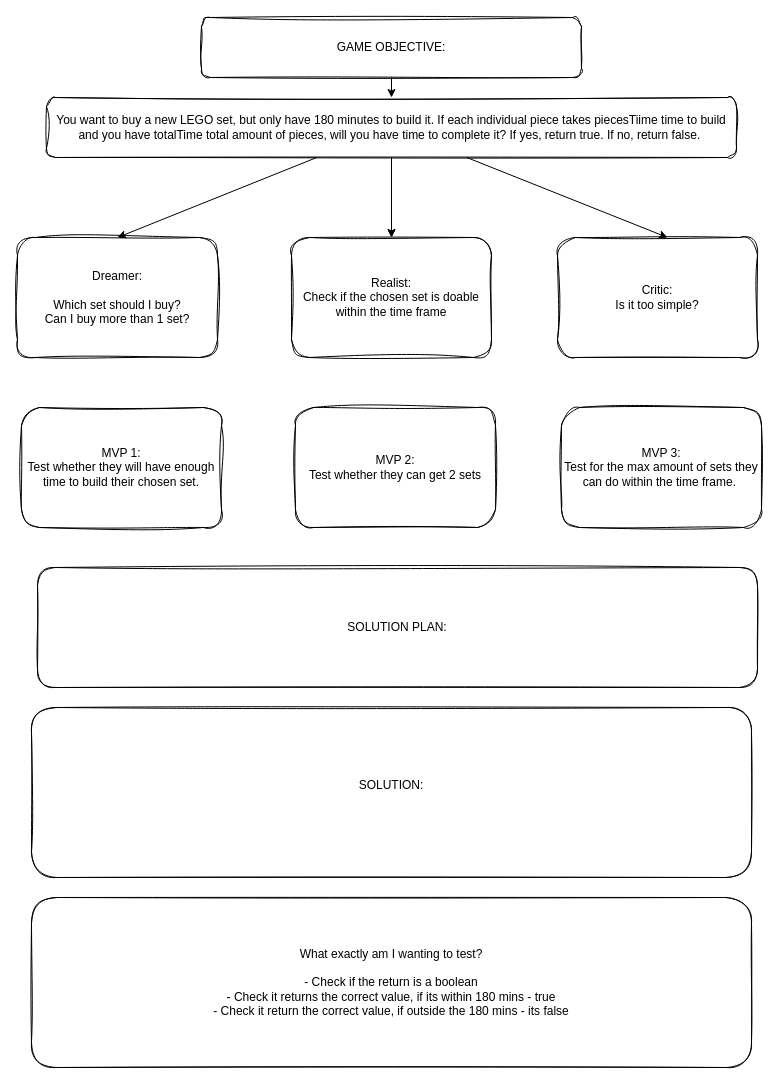
SchoolOfCode/bc16-w6-hackathon-make-a-codewars-challenge-CourtRaee keeps this draw.io diagram as plan.drawio. Above is the earlier version. Source tidied: cells renumbered, new cells numbered last; positions are measured from the earlier drawing's top-left corner, leaving out a move shared by most shapes. Both pictures are drawn from the tidied source at 100%, with x=0, y=0 at pixel (17, 17).
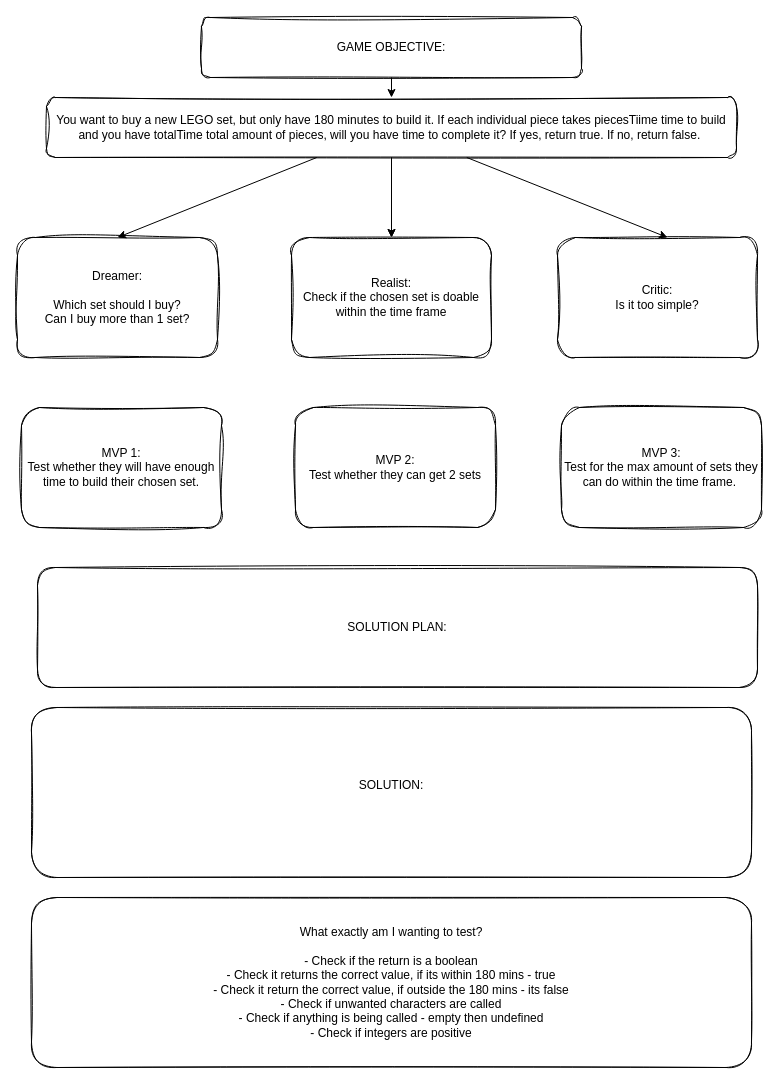
After the change.

Commit message (it also covers changes not shown here):
Created a pseudo code plan of what I'm exactly testing

Change to the diagram source:
```diff
@@
 <mxGraphModel>
   <root>
     <mxCell id="0" />
     <mxCell id="1" parent="0" />
     <mxCell id="2" style="edgeStyle=none;html=1;" parent="1" edge="1" source="3" target="8">
       <mxGeometry relative="1" as="geometry" />
     </mxCell>
     <mxCell id="3" value="GAME OBJECTIVE:&lt;br&gt;" style="rounded=1;whiteSpace=wrap;html=1;sketch=1;curveFitting=1;jiggle=2;" parent="1" vertex="1">
       <mxGeometry x="184" width="380" height="60" as="geometry" />
     </mxCell>
     <mxCell id="4" style="edgeStyle=none;html=1;entryX=0.5;entryY=0;entryDx=0;entryDy=0;" parent="1" edge="1" source="8" target="9">
       <mxGeometry relative="1" as="geometry" />
     </mxCell>
     <mxCell id="5" style="edgeStyle=none;html=1;" parent="1" edge="1" source="8" target="10">
       <mxGeometry relative="1" as="geometry" />
     </mxCell>
     <mxCell id="6" style="edgeStyle=none;html=1;" parent="1" edge="1" source="8" target="10">
       <mxGeometry relative="1" as="geometry" />
     </mxCell>
     <mxCell id="7" style="edgeStyle=none;html=1;entryX=0.55;entryY=0;entryDx=0;entryDy=0;entryPerimeter=0;" parent="1" edge="1" source="8" target="11">
       <mxGeometry relative="1" as="geometry" />
     </mxCell>
     <mxCell id="8" value="You want to buy a new LEGO set, but only have 180 minutes to build it. If each individual piece takes piecesTiime time to build and you have totalTime total amount of pieces, will you have time to complete it? If yes, return true. If no, return false.&amp;nbsp;" style="whiteSpace=wrap;html=1;rounded=1;sketch=1;curveFitting=1;jiggle=2;" parent="1" vertex="1">
       <mxGeometry x="29" y="80" width="690" height="60" as="geometry" />
     </mxCell>
     <mxCell id="9" value="Dreamer:&lt;br&gt;&lt;br&gt;Which set should I buy?&lt;br&gt;Can I buy more than 1 set?" style="whiteSpace=wrap;html=1;rounded=1;sketch=1;curveFitting=1;jiggle=2;" parent="1" vertex="1">
       <mxGeometry y="220" width="200" height="120" as="geometry" />
     </mxCell>
     <mxCell id="10" value="Realist:&lt;br&gt;Check if the chosen set is doable within the time frame" style="whiteSpace=wrap;html=1;rounded=1;sketch=1;curveFitting=1;jiggle=2;" parent="1" vertex="1">
       <mxGeometry x="274" y="220" width="200" height="120" as="geometry" />
     </mxCell>
     <mxCell id="11" value="Critic:&lt;br&gt;Is it too simple?" style="whiteSpace=wrap;html=1;rounded=1;sketch=1;curveFitting=1;jiggle=2;" parent="1" vertex="1">
       <mxGeometry x="540" y="220" width="200" height="120" as="geometry" />
     </mxCell>
     <mxCell id="12" value="MVP 1:&lt;br&gt;Test whether they will have enough time to build their chosen set." style="whiteSpace=wrap;html=1;rounded=1;sketch=1;curveFitting=1;jiggle=2;" parent="1" vertex="1">
       <mxGeometry x="4" y="390" width="200" height="120" as="geometry" />
     </mxCell>
     <mxCell id="13" value="MVP 2:&lt;br&gt;Test whether they can get 2 sets" style="whiteSpace=wrap;html=1;rounded=1;sketch=1;curveFitting=1;jiggle=2;" parent="1" vertex="1">
       <mxGeometry x="278" y="390" width="200" height="120" as="geometry" />
     </mxCell>
     <mxCell id="14" value="MVP 3:&lt;br&gt;Test for the max amount of sets they can do within the time frame.&amp;nbsp;" style="whiteSpace=wrap;html=1;rounded=1;sketch=1;curveFitting=1;jiggle=2;" parent="1" vertex="1">
       <mxGeometry x="544" y="390" width="200" height="120" as="geometry" />
     </mxCell>
     <mxCell id="15" value="SOLUTION PLAN:&lt;br&gt;" style="rounded=1;whiteSpace=wrap;html=1;sketch=1;" parent="1" vertex="1">
       <mxGeometry x="20" y="550" width="720" height="120" as="geometry" />
     </mxCell>
     <mxCell id="16" value="SOLUTION:&lt;br&gt;&lt;br&gt;" style="rounded=1;whiteSpace=wrap;html=1;sketch=1;" parent="1" vertex="1">
       <mxGeometry x="14" y="690" width="720" height="170" as="geometry" />
     </mxCell>
-    <mxCell id="17" value="What exactly am I wanting to test?&lt;br&gt;&lt;br&gt;- Check if the return is a boolean&lt;br&gt;- Check it returns the correct value, if its within 180 mins - true&lt;br&gt;- Check it return the correct value, if outside the 180 mins - its false" style="rounded=1;whiteSpace=wrap;html=1;sketch=1;" parent="1" vertex="1">
+    <mxCell id="17" value="What exactly am I wanting to test?&lt;br&gt;&lt;br&gt;- Check if the return is a boolean&lt;br&gt;- Check it returns the correct value, if its within 180 mins - true&lt;br&gt;- Check it return the correct value, if outside the 180 mins - its false&lt;br&gt;- Check if unwanted characters are called&lt;br&gt;- Check if anything is being called - empty then undefined&lt;br&gt;- Check if integers are positive" style="rounded=1;whiteSpace=wrap;html=1;sketch=1;" parent="1" vertex="1">
       <mxGeometry x="14" y="880" width="720" height="170" as="geometry" />
     </mxCell>
   </root>
 </mxGraphModel>
```
